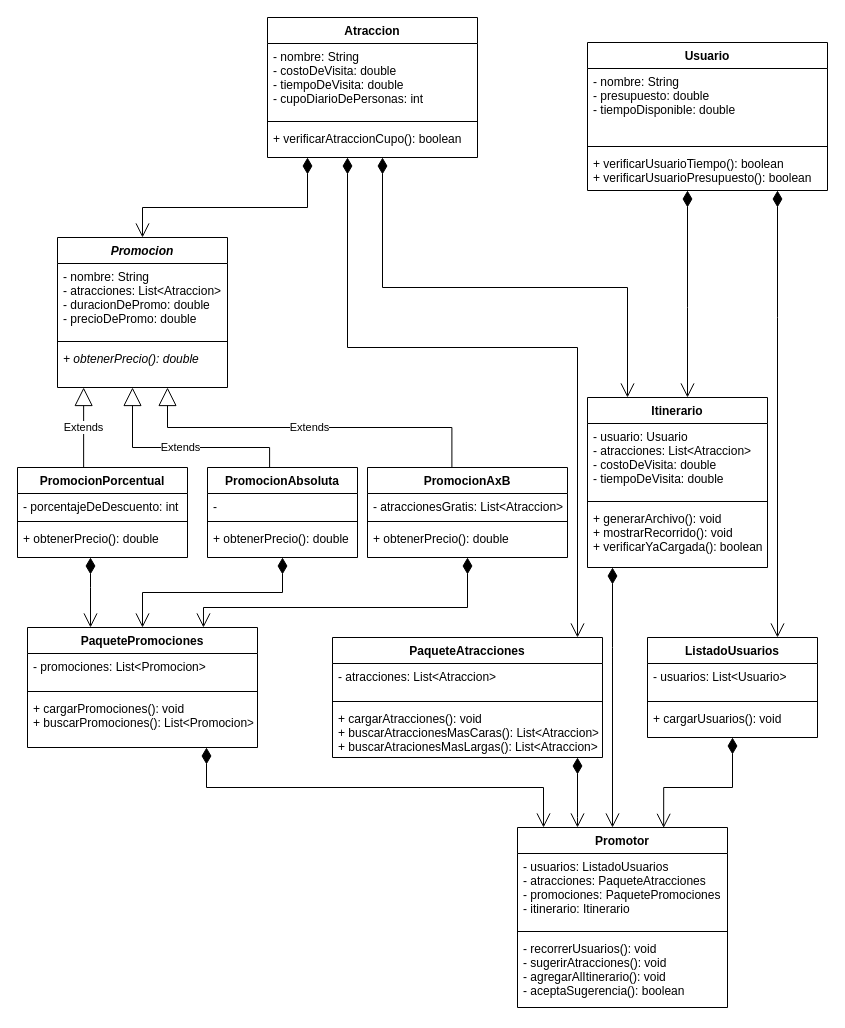
Above: UML/TierraMedia.drawio in telejam/Turismo-en-la-Tierra-Media-1 (draw.io), before the change. Source tidied: cells renumbered, new cells numbered last; positions are measured from the earlier drawing's top-left corner, leaving out a move shared by most shapes. Both pictures are drawn from the tidied source at 100%, with x=0, y=0 at pixel (17, 17).
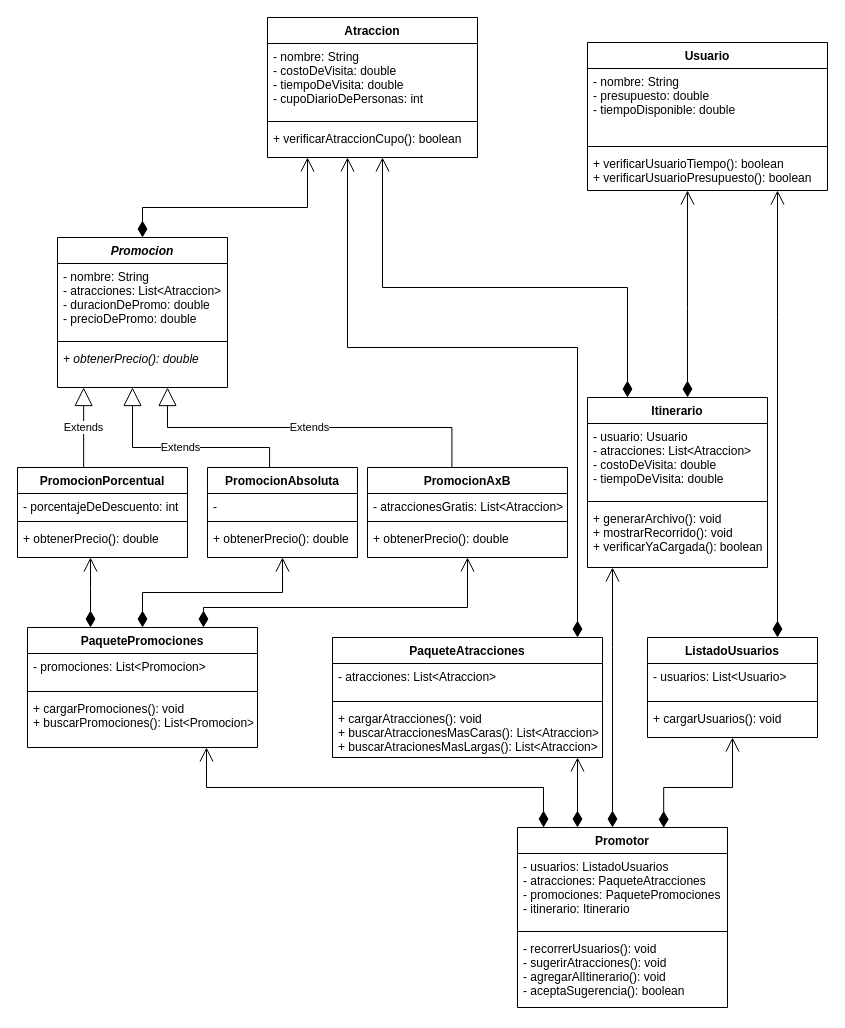
The same page after the edit.

Unchanged cells that the change refers to:
```xml
<mxCell id="2" value="Atraccion" style="swimlane;fontStyle=1;align=center;verticalAlign=top;horizontal=1;startSize=26;" parent="1" vertex="1">
  <mxGeometry x="250" width="210" height="140" as="geometry" />
</mxCell>
<mxCell id="6" value="Usuario" style="swimlane;fontStyle=1;align=center;verticalAlign=top;horizontal=1;startSize=26;" parent="1" vertex="1">
  <mxGeometry x="570" y="25" width="240" height="148" as="geometry" />
</mxCell>
<mxCell id="10" value="Promocion" style="swimlane;fontStyle=3;align=center;verticalAlign=top;horizontal=1;startSize=26;" parent="1" vertex="1">
  <mxGeometry x="40" y="220" width="170" height="150" as="geometry" />
</mxCell>
<mxCell id="14" value="Itinerario" style="swimlane;fontStyle=1;align=center;verticalAlign=top;horizontal=1;startSize=26;" parent="1" vertex="1">
  <mxGeometry x="570" y="380" width="180" height="170" as="geometry" />
</mxCell>
<mxCell id="17" value="+ generarArchivo(): void&#10;+ mostrarRecorrido(): void&#10;+ verificarYaCargada(): boolean" style="text;strokeColor=none;fillColor=none;align=left;verticalAlign=top;spacingLeft=4;spacingRight=4;overflow=hidden;points=[[0,0.5],[1,0.5]];portConstraint=eastwest;" parent="14" vertex="1">
  <mxGeometry y="108" width="180" height="62" as="geometry" />
</mxCell>
<mxCell id="18" value="PromocionPorcentual" style="swimlane;fontStyle=1;align=center;verticalAlign=top;horizontal=1;startSize=26;" parent="1" vertex="1">
  <mxGeometry y="450" width="170" height="90" as="geometry" />
</mxCell>
<mxCell id="22" value="PromocionAbsoluta" style="swimlane;fontStyle=1;align=center;verticalAlign=top;horizontal=1;startSize=26;" parent="1" vertex="1">
  <mxGeometry x="190" y="450" width="150" height="90" as="geometry" />
</mxCell>
<mxCell id="26" value="PromocionAxB" style="swimlane;fontStyle=1;align=center;verticalAlign=top;horizontal=1;startSize=26;" parent="1" vertex="1">
  <mxGeometry x="350" y="450" width="200" height="90" as="geometry" />
</mxCell>
<mxCell id="36" value="Promotor" style="swimlane;fontStyle=1;align=center;verticalAlign=top;horizontal=1;startSize=26;" parent="1" vertex="1">
  <mxGeometry x="500" y="810" width="210" height="180" as="geometry" />
</mxCell>
<mxCell id="40" value="PaqueteAtracciones" style="swimlane;fontStyle=1;align=center;verticalAlign=top;horizontal=1;startSize=26;" parent="1" vertex="1">
  <mxGeometry x="315" y="620" width="270" height="120" as="geometry" />
</mxCell>
<mxCell id="44" value="PaquetePromociones" style="swimlane;fontStyle=1;align=center;verticalAlign=top;horizontal=1;startSize=26;" parent="1" vertex="1">
  <mxGeometry x="10" y="610" width="230" height="120" as="geometry" />
</mxCell>
<mxCell id="48" value="ListadoUsuarios" style="swimlane;fontStyle=1;align=center;verticalAlign=top;horizontal=1;startSize=26;" parent="1" vertex="1">
  <mxGeometry x="630" y="620" width="170" height="100" as="geometry" />
</mxCell>
```

The edit, as a diff of the source:
```diff
@@
-    <mxCell id="33" style="endArrow=open;html=1;endSize=12;startArrow=diamondThin;startSize=14;startFill=1;edgeStyle=orthogonalEdgeStyle;align=left;verticalAlign=bottom;rounded=0;" parent="1" edge="1" source="6" target="14">
+    <mxCell id="33" style="endArrow=open;html=1;endSize=12;startArrow=diamondThin;startSize=14;startFill=1;edgeStyle=orthogonalEdgeStyle;align=left;verticalAlign=bottom;rounded=0;" parent="1" edge="1" source="14" target="6">
       <mxGeometry x="-1" y="3" relative="1" as="geometry">
         <Array as="points">
           <mxPoint x="670" y="290" />
           <mxPoint x="670" y="290" />
         </Array>
       </mxGeometry>
     </mxCell>
-    <mxCell id="34" style="endArrow=open;html=1;endSize=12;startArrow=diamondThin;startSize=14;startFill=1;edgeStyle=orthogonalEdgeStyle;align=left;verticalAlign=bottom;rounded=0;" parent="1" edge="1" source="2" target="14">
+    <mxCell id="34" style="endArrow=open;html=1;endSize=12;startArrow=diamondThin;startSize=14;startFill=1;edgeStyle=orthogonalEdgeStyle;align=left;verticalAlign=bottom;rounded=0;" parent="1" edge="1" source="14" target="2">
       <mxGeometry x="-1" y="3" relative="1" as="geometry">
         <Array as="points">
+          <mxPoint x="610" y="270" />
           <mxPoint x="365" y="270" />
-          <mxPoint x="610" y="270" />
         </Array>
       </mxGeometry>
     </mxCell>
-    <mxCell id="35" style="endArrow=open;html=1;endSize=12;startArrow=diamondThin;startSize=14;startFill=1;edgeStyle=orthogonalEdgeStyle;align=left;verticalAlign=bottom;rounded=0;" parent="1" edge="1" source="2" target="10">
+    <mxCell id="35" style="endArrow=open;html=1;endSize=12;startArrow=diamondThin;startSize=14;startFill=1;edgeStyle=orthogonalEdgeStyle;align=left;verticalAlign=bottom;rounded=0;" parent="1" edge="1" source="10" target="2">
       <mxGeometry x="-1" y="3" relative="1" as="geometry">
         <Array as="points">
+          <mxPoint x="125" y="190" />
           <mxPoint x="290" y="190" />
-          <mxPoint x="125" y="190" />
         </Array>
       </mxGeometry>
     </mxCell>
@@
-    <mxCell id="52" style="endArrow=open;html=1;endSize=12;startArrow=diamondThin;startSize=14;startFill=1;edgeStyle=orthogonalEdgeStyle;align=left;verticalAlign=bottom;rounded=0;" parent="1" edge="1" source="17" target="36">
+    <mxCell id="52" style="endArrow=open;html=1;endSize=12;startArrow=diamondThin;startSize=14;startFill=1;edgeStyle=orthogonalEdgeStyle;align=left;verticalAlign=bottom;rounded=0;" parent="1" edge="1" source="36" target="17">
       <mxGeometry x="-1" y="3" relative="1" as="geometry">
         <Array as="points">
           <mxPoint x="595" y="630" />
           <mxPoint x="595" y="630" />
         </Array>
       </mxGeometry>
     </mxCell>
-    <mxCell id="53" style="endArrow=open;html=1;endSize=12;startArrow=diamondThin;startSize=14;startFill=1;edgeStyle=orthogonalEdgeStyle;align=left;verticalAlign=bottom;rounded=0;" parent="1" edge="1" source="6" target="48">
+    <mxCell id="53" style="endArrow=open;html=1;endSize=12;startArrow=diamondThin;startSize=14;startFill=1;edgeStyle=orthogonalEdgeStyle;align=left;verticalAlign=bottom;rounded=0;" parent="1" edge="1" source="48" target="6">
       <mxGeometry x="-1" y="3" relative="1" as="geometry">
         <Array as="points">
           <mxPoint x="760" y="300" />
           <mxPoint x="760" y="300" />
         </Array>
       </mxGeometry>
     </mxCell>
-    <mxCell id="54" style="endArrow=open;html=1;endSize=12;startArrow=diamondThin;startSize=14;startFill=1;edgeStyle=orthogonalEdgeStyle;align=left;verticalAlign=bottom;rounded=0;" parent="1" edge="1" source="2" target="40">
+    <mxCell id="54" style="endArrow=open;html=1;endSize=12;startArrow=diamondThin;startSize=14;startFill=1;edgeStyle=orthogonalEdgeStyle;align=left;verticalAlign=bottom;rounded=0;" parent="1" edge="1" source="40" target="2">
       <mxGeometry x="-1" y="3" relative="1" as="geometry">
         <Array as="points">
+          <mxPoint x="560" y="330" />
           <mxPoint x="330" y="330" />
-          <mxPoint x="560" y="330" />
         </Array>
       </mxGeometry>
     </mxCell>
-    <mxCell id="55" style="endArrow=open;html=1;endSize=12;startArrow=diamondThin;startSize=14;startFill=1;edgeStyle=orthogonalEdgeStyle;align=left;verticalAlign=bottom;rounded=0;entryX=0.124;entryY=0;entryDx=0;entryDy=0;entryPerimeter=0;" parent="1" edge="1" source="44" target="36">
+    <mxCell id="55" style="endArrow=open;html=1;endSize=12;startArrow=diamondThin;startSize=14;startFill=1;edgeStyle=orthogonalEdgeStyle;align=left;verticalAlign=bottom;rounded=0;exitX=0.124;exitY=0;exitDx=0;exitDy=0;exitPerimeter=0;" parent="1" edge="1" source="36" target="44">
       <mxGeometry x="-1" y="3" relative="1" as="geometry">
         <Array as="points">
+          <mxPoint x="526" y="770" />
           <mxPoint x="189" y="770" />
-          <mxPoint x="526" y="770" />
         </Array>
       </mxGeometry>
     </mxCell>
-    <mxCell id="56" style="endArrow=open;html=1;endSize=12;startArrow=diamondThin;startSize=14;startFill=1;edgeStyle=orthogonalEdgeStyle;align=left;verticalAlign=bottom;rounded=0;entryX=0.696;entryY=0.002;entryDx=0;entryDy=0;entryPerimeter=0;" parent="1" edge="1" source="48" target="36">
+    <mxCell id="56" style="endArrow=open;html=1;endSize=12;startArrow=diamondThin;startSize=14;startFill=1;edgeStyle=orthogonalEdgeStyle;align=left;verticalAlign=bottom;rounded=0;exitX=0.696;exitY=0.002;exitDx=0;exitDy=0;exitPerimeter=0;" parent="1" edge="1" source="36" target="48">
       <mxGeometry x="-1" y="3" relative="1" as="geometry">
         <Array as="points">
+          <mxPoint x="646" y="770" />
           <mxPoint x="715" y="770" />
-          <mxPoint x="646" y="770" />
         </Array>
       </mxGeometry>
     </mxCell>
-    <mxCell id="57" style="endArrow=open;html=1;endSize=12;startArrow=diamondThin;startSize=14;startFill=1;edgeStyle=orthogonalEdgeStyle;align=left;verticalAlign=bottom;rounded=0;entryX=0.765;entryY=0;entryDx=0;entryDy=0;entryPerimeter=0;" parent="1" edge="1" source="26" target="44">
+    <mxCell id="57" style="endArrow=open;html=1;endSize=12;startArrow=diamondThin;startSize=14;startFill=1;edgeStyle=orthogonalEdgeStyle;align=left;verticalAlign=bottom;rounded=0;exitX=0.765;exitY=0;exitDx=0;exitDy=0;exitPerimeter=0;" parent="1" edge="1" source="44" target="26">
       <mxGeometry x="-1" y="3" relative="1" as="geometry">
         <Array as="points">
+          <mxPoint x="186" y="590" />
           <mxPoint x="450" y="590" />
-          <mxPoint x="186" y="590" />
         </Array>
       </mxGeometry>
     </mxCell>
-    <mxCell id="58" style="endArrow=open;html=1;endSize=12;startArrow=diamondThin;startSize=14;startFill=1;edgeStyle=orthogonalEdgeStyle;align=left;verticalAlign=bottom;rounded=0;entryX=0.274;entryY=0;entryDx=0;entryDy=0;entryPerimeter=0;" parent="1" edge="1" source="18" target="44">
+    <mxCell id="58" style="endArrow=open;html=1;endSize=12;startArrow=diamondThin;startSize=14;startFill=1;edgeStyle=orthogonalEdgeStyle;align=left;verticalAlign=bottom;rounded=0;exitX=0.274;exitY=0;exitDx=0;exitDy=0;exitPerimeter=0;" parent="1" edge="1" source="44" target="18">
       <mxGeometry x="-1" y="3" relative="1" as="geometry">
         <Array as="points">
           <mxPoint x="73" y="570" />
           <mxPoint x="73" y="570" />
         </Array>
       </mxGeometry>
     </mxCell>
-    <mxCell id="59" style="endArrow=open;html=1;endSize=12;startArrow=diamondThin;startSize=14;startFill=1;edgeStyle=orthogonalEdgeStyle;align=left;verticalAlign=bottom;rounded=0;" parent="1" edge="1" source="22" target="44">
+    <mxCell id="59" style="endArrow=open;html=1;endSize=12;startArrow=diamondThin;startSize=14;startFill=1;edgeStyle=orthogonalEdgeStyle;align=left;verticalAlign=bottom;rounded=0;" parent="1" edge="1" source="44" target="22">
       <mxGeometry x="-1" y="3" relative="1" as="geometry" />
     </mxCell>
-    <mxCell id="60" style="endArrow=open;html=1;endSize=12;startArrow=diamondThin;startSize=14;startFill=1;edgeStyle=orthogonalEdgeStyle;align=left;verticalAlign=bottom;rounded=0;" parent="1" edge="1" source="40" target="36">
+    <mxCell id="60" style="endArrow=open;html=1;endSize=12;startArrow=diamondThin;startSize=14;startFill=1;edgeStyle=orthogonalEdgeStyle;align=left;verticalAlign=bottom;rounded=0;" parent="1" edge="1" source="36" target="40">
       <mxGeometry x="-1" y="3" relative="1" as="geometry">
         <Array as="points">
           <mxPoint x="560" y="800" />
           <mxPoint x="560" y="800" />
         </Array>
       </mxGeometry>
     </mxCell>
```
